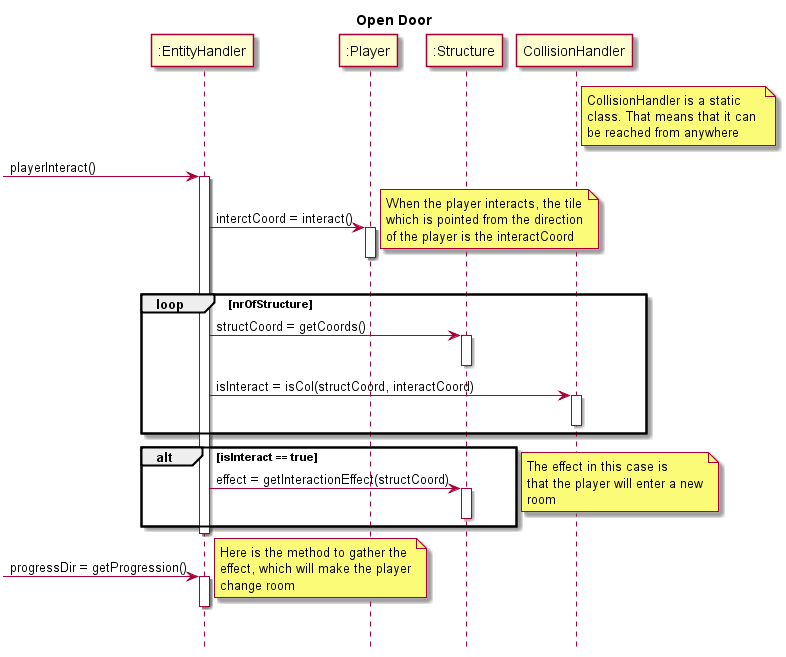
Earlier version of the PlantUML export Assignments/AssignmentTwo/Sequence Diagrams/plantUML/Opens Door.png (Henkebot/OOD-PA1415-Sallad).
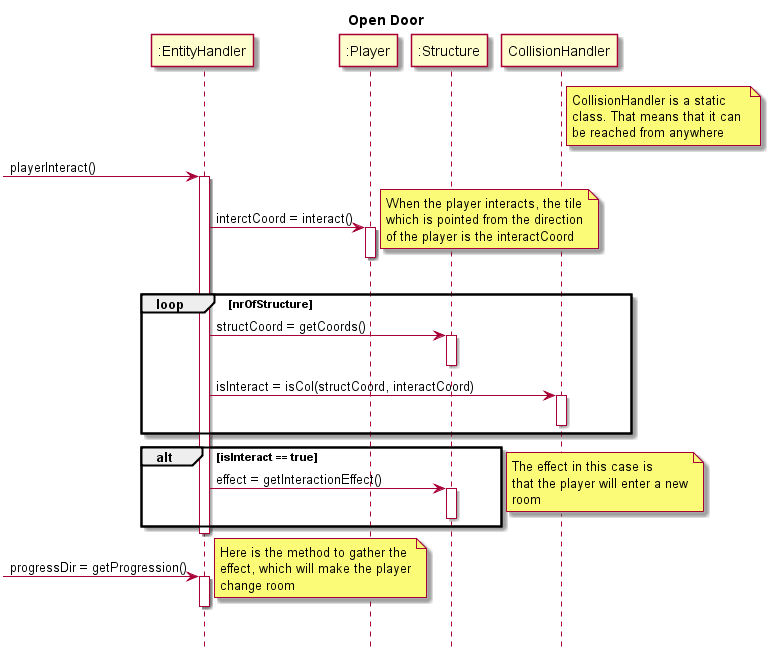
Above is the later version.

The edit, as a diff of the source:
```diff
@@ -37,7 +37,7 @@
 end
 
 alt isInteract == true
-	eh -> struct : effect = getInteractionEffect(structCoord)
+	eh -> struct : effect = getInteractionEffect()
 	activate struct
 	deactivate struct
 end
```
